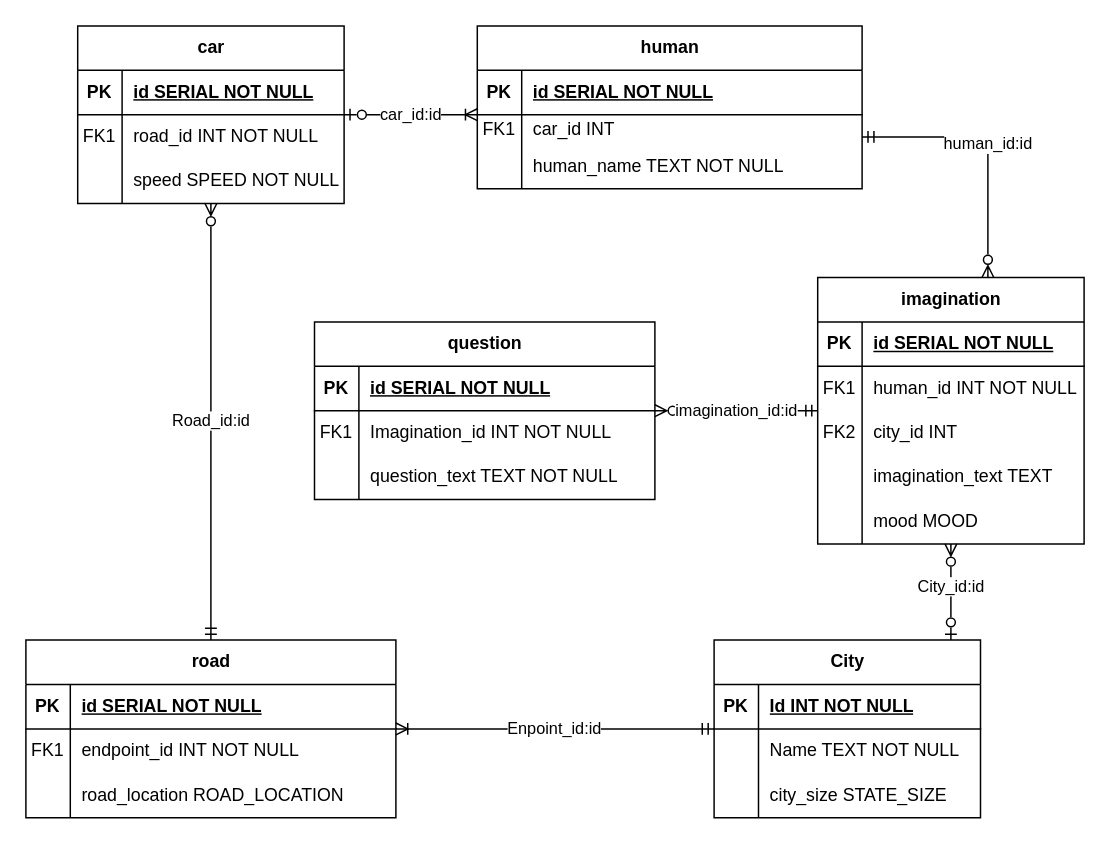
The draw.io diagram Datalogic.drawio in Azat2202/BD_lab3, before the edit. Source tidied: cells renumbered, new cells numbered last; positions are measured from the earlier drawing's top-left corner, leaving out a move shared by most shapes. Both pictures are drawn from the tidied source at 148%, with x=0, y=0 at pixel (25, 25).
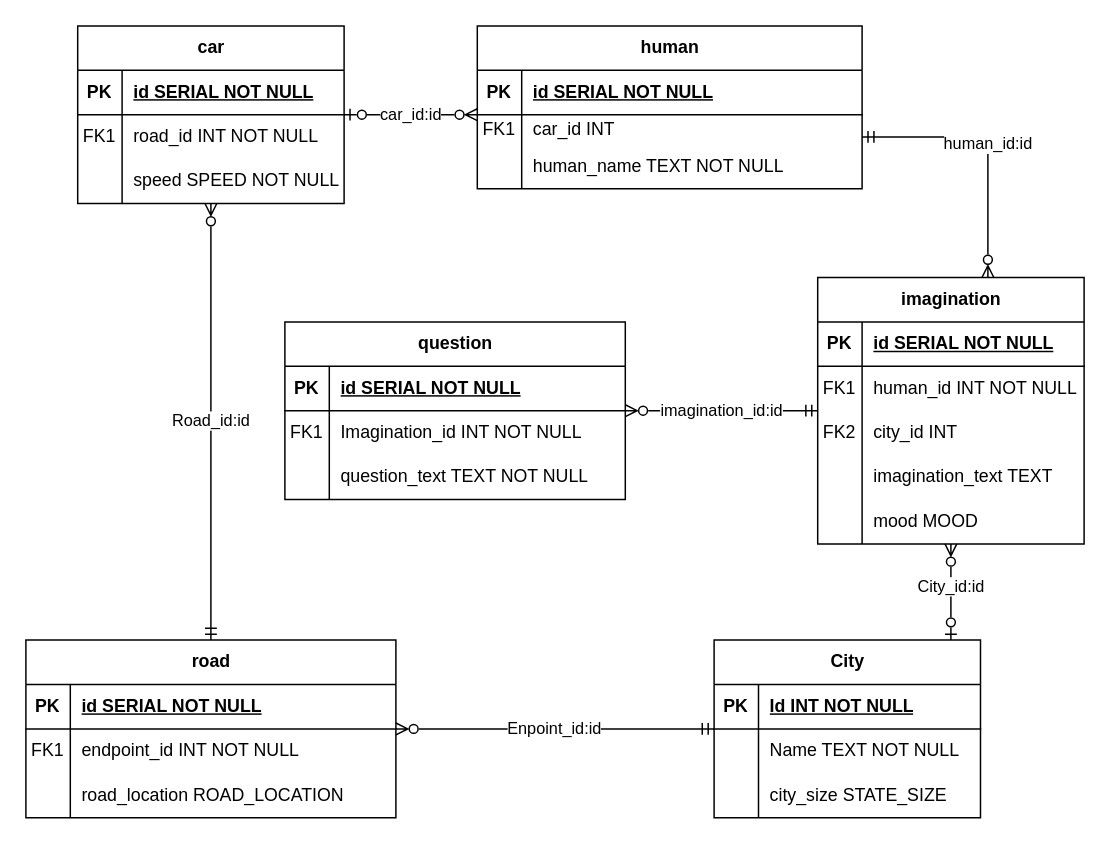
After the change.

Unchanged cells that the change refers to:
```xml
<mxCell id="8" value="human" style="shape=table;startSize=30;childLayout=tableLayout;rowLines=0;fontStyle=1;align=center;html=1;" parent="1" vertex="1">
  <mxGeometry x="305" width="260" height="110" as="geometry" />
</mxCell>
<mxCell id="34" value="City" style="shape=table;startSize=30;childLayout=tableLayout;rowLines=0;fontStyle=1;align=center;html=1;" parent="1" vertex="1">
  <mxGeometry x="465" y="415" width="180" height="120" as="geometry" />
</mxCell>
<mxCell id="44" value="road" style="shape=table;startSize=30;childLayout=tableLayout;rowLines=0;fontStyle=1;align=center;html=1;" parent="1" vertex="1">
  <mxGeometry y="415" width="250" height="120" as="geometry" />
</mxCell>
<mxCell id="54" value="car" style="shape=table;startSize=30;childLayout=tableLayout;rowLines=0;fontStyle=1;align=center;html=1;" parent="1" vertex="1">
  <mxGeometry x="35" width="180" height="120" as="geometry" />
</mxCell>
```

The edit, as a diff of the source:
```diff
@@
-    <mxCell id="2" value="Enpoint_id:id" style="edgeStyle=orthogonalEdgeStyle;rounded=0;jettySize=auto;html=1;startArrow=ERmandOne;startFill=0;endArrow=ERoneToMany;endFill=0;" parent="1" edge="1" source="34" target="44">
+    <mxCell id="2" value="Enpoint_id:id" style="edgeStyle=orthogonalEdgeStyle;rounded=0;jettySize=auto;html=1;startArrow=ERmandOne;startFill=0;endArrow=ERzeroToMany;endFill=0;" parent="1" edge="1" source="34" target="44">
       <mxGeometry relative="1" as="geometry" />
     </mxCell>
@@
-    <mxCell id="7" value="car_id:id" style="edgeStyle=orthogonalEdgeStyle;rounded=0;jumpStyle=none;jettySize=auto;html=1;startArrow=ERzeroToOne;startFill=0;endArrow=ERoneToMany;endFill=0;" parent="1" edge="1" source="54" target="8">
+    <mxCell id="7" value="car_id:id" style="edgeStyle=orthogonalEdgeStyle;rounded=0;jumpStyle=none;jettySize=auto;html=1;startArrow=ERzeroToOne;startFill=0;endArrow=ERzeroToMany;endFill=0;" parent="1" edge="1" source="54" target="8">
       <mxGeometry relative="1" as="geometry">
         <Array as="points">
           <mxPoint x="425" y="70" />
           <mxPoint x="425" y="70" />
         </Array>
       </mxGeometry>
     </mxCell>
@@
     <mxCell id="64" value="question" style="shape=table;startSize=30;childLayout=tableLayout;rowLines=0;fontStyle=1;align=center;html=1;" parent="1" vertex="1">
-      <mxGeometry x="195" y="200" width="230" height="120" as="geometry" />
+      <mxGeometry x="175" y="200" width="230" height="120" as="geometry" />
     </mxCell>
```
